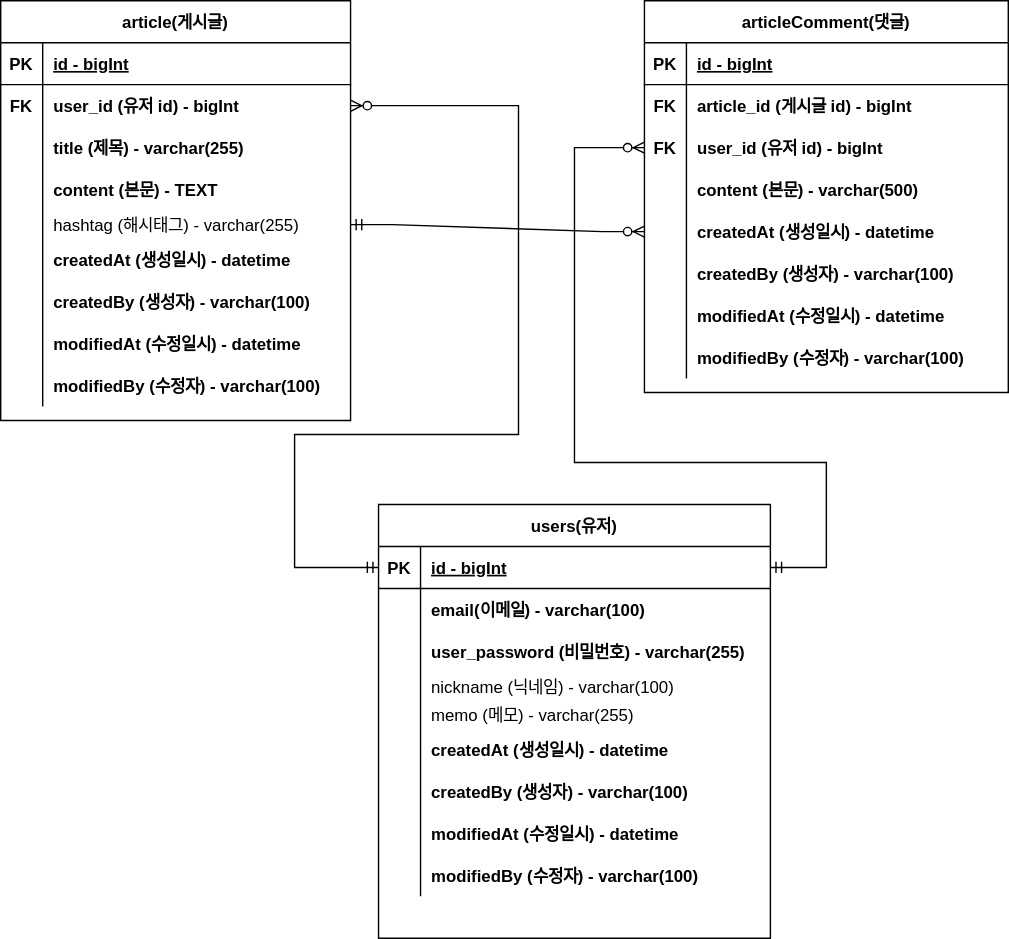
Before: document/project-board-erd.svg, a diagram exported from draw.io (haaeee/board-toy-project). Source tidied: cells renumbered, new cells last; positions are measured from the earlier drawing's top-left corner, leaving out a move shared by most shapes.
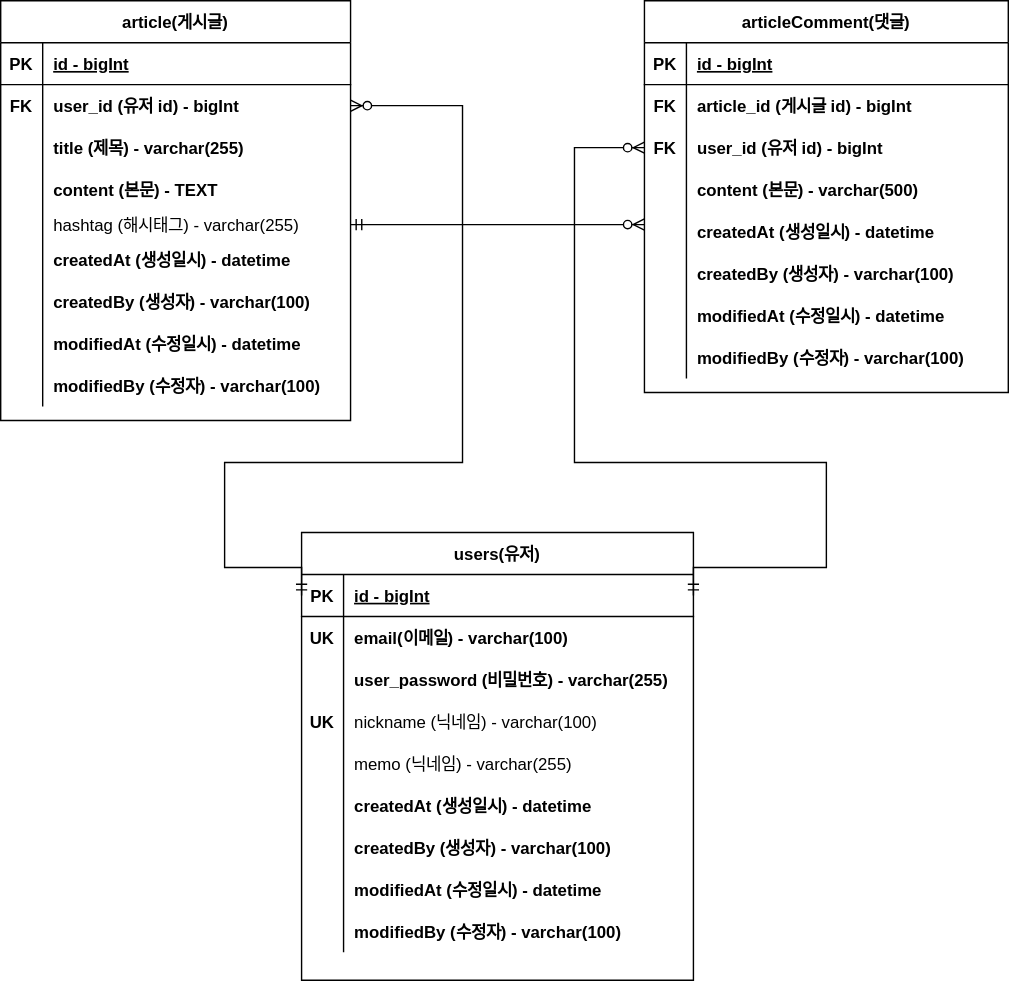
After the commit.

The edit, as a diff of the source:
```diff
@@ -161,11 +161,11 @@
     <mxCell id="54" value="modifiedBy (수정자) - varchar(100)" style="shape=partialRectangle;overflow=hidden;fillColor=none;top=0;left=0;bottom=0;right=0;align=left;spacingLeft=6;fontStyle=1;" parent="52" vertex="1">
       <mxGeometry x="30" width="230" height="30" as="geometry" />
     </mxCell>
-    <mxCell id="55" style="edgeStyle=entityRelationEdgeStyle;fontSize=12;html=1;endArrow=ERzeroToMany;startArrow=ERmandOne;rounded=0;exitX=1;exitY=0.5;exitDx=0;exitDy=0;entryX=0;entryY=0.5;entryDx=0;entryDy=0;" parent="1" edge="1" source="15" target="43">
+    <mxCell id="55" style="edgeStyle=entityRelationEdgeStyle;fontSize=12;html=1;endArrow=ERzeroToMany;startArrow=ERmandOne;rounded=0;exitX=1;exitY=0.5;exitDx=0;exitDy=0;entryX=0;entryY=0.333;entryDx=0;entryDy=0;entryPerimeter=0;" parent="1" edge="1" source="15" target="43">
       <mxGeometry relative="1" as="geometry" />
     </mxCell>
     <mxCell id="56" value="users(유저)" style="shape=table;startSize=30;rowLines=0;fontStyle=1;align=center;" parent="1" vertex="1">
-      <mxGeometry x="270" y="360" width="280" height="310" as="geometry" />
+      <mxGeometry x="215" y="380" width="280" height="320" as="geometry" />
     </mxCell>
     <mxCell id="57" style="shape=partialRectangle;fillColor=none;points=[[0,0.5],[1,0.5]];portConstraint=eastwest;top=0;left=0;right=0;bottom=1;" parent="56" vertex="1">
       <mxGeometry y="30" width="280" height="30" as="geometry" />
@@ -179,7 +179,7 @@
     <mxCell id="60" style="shape=partialRectangle;fillColor=none;top=0;left=0;right=0;bottom=0;" parent="56" vertex="1">
       <mxGeometry y="60" width="280" height="30" as="geometry" />
     </mxCell>
-    <mxCell id="61" style="shape=partialRectangle;overflow=hidden;fillColor=none;top=0;left=0;bottom=0;right=0;" parent="60" vertex="1">
+    <mxCell id="61" value="UK" style="shape=partialRectangle;overflow=hidden;fillColor=none;top=0;left=0;bottom=0;right=0;fontStyle=1;" parent="60" vertex="1">
       <mxGeometry width="30" height="30" as="geometry" />
     </mxCell>
     <mxCell id="62" value="email(이메일) - varchar(100)" style="shape=partialRectangle;overflow=hidden;fillColor=none;top=0;left=0;bottom=0;right=0;align=left;spacingLeft=6;fontStyle=1;" parent="60" vertex="1">
@@ -195,25 +195,25 @@
       <mxGeometry x="30" width="250" height="30" as="geometry" />
     </mxCell>
     <mxCell id="66" style="shape=partialRectangle;fillColor=none;top=0;left=0;right=0;bottom=0;" parent="56" vertex="1">
-      <mxGeometry y="120" width="280" height="20" as="geometry" />
+      <mxGeometry y="120" width="280" height="30" as="geometry" />
     </mxCell>
-    <mxCell id="67" style="shape=partialRectangle;overflow=hidden;fillColor=none;top=0;left=0;bottom=0;right=0;" parent="66" vertex="1">
-      <mxGeometry width="30" height="20" as="geometry" />
+    <mxCell id="67" value="UK" style="shape=partialRectangle;overflow=hidden;fillColor=none;top=0;left=0;bottom=0;right=0;fontStyle=1;" parent="66" vertex="1">
+      <mxGeometry width="30" height="30" as="geometry" />
     </mxCell>
     <mxCell id="68" value="nickname (닉네임) - varchar(100)" style="shape=partialRectangle;overflow=hidden;fillColor=none;top=0;left=0;bottom=0;right=0;align=left;spacingLeft=6;" parent="66" vertex="1">
-      <mxGeometry x="30" width="250" height="20" as="geometry" />
+      <mxGeometry x="30" width="250" height="30" as="geometry" />
     </mxCell>
-    <mxCell id="69" style="shape=partialRectangle;fillColor=none;top=0;left=0;right=0;bottom=0;" parent="56" vertex="1">
-      <mxGeometry y="140" width="280" height="20" as="geometry" />
-    </mxCell>
-    <mxCell id="70" style="shape=partialRectangle;overflow=hidden;fillColor=none;top=0;left=0;bottom=0;right=0;" parent="69" vertex="1">
-      <mxGeometry width="30" height="20" as="geometry" />
-    </mxCell>
-    <mxCell id="71" value="memo (메모) - varchar(255)" style="shape=partialRectangle;overflow=hidden;fillColor=none;top=0;left=0;bottom=0;right=0;align=left;spacingLeft=6;" parent="69" vertex="1">
-      <mxGeometry x="30" width="250" height="20" as="geometry" />
-    </mxCell>
+    <mxCell id="87" style="shape=partialRectangle;fillColor=none;top=0;left=0;right=0;bottom=0;" parent="56" vertex="1">
+      <mxGeometry y="150" width="280" height="30" as="geometry" />
+    </mxCell>
+    <mxCell id="88" style="shape=partialRectangle;overflow=hidden;fillColor=none;top=0;left=0;bottom=0;right=0;" parent="87" vertex="1">
+      <mxGeometry width="30" height="30" as="geometry" />
+    </mxCell>
+    <mxCell id="89" value="memo (닉네임) - varchar(255)" style="shape=partialRectangle;overflow=hidden;fillColor=none;top=0;left=0;bottom=0;right=0;align=left;spacingLeft=6;" parent="87" vertex="1">
+      <mxGeometry x="30" width="250" height="30" as="geometry" />
+    </mxCell>
     <mxCell id="72" style="shape=partialRectangle;fillColor=none;top=0;left=0;right=0;bottom=0;" parent="56" vertex="1">
-      <mxGeometry y="160" width="280" height="30" as="geometry" />
+      <mxGeometry y="180" width="280" height="30" as="geometry" />
     </mxCell>
     <mxCell id="73" style="shape=partialRectangle;overflow=hidden;fillColor=none;top=0;left=0;bottom=0;right=0;" parent="72" vertex="1">
       <mxGeometry width="30" height="30" as="geometry" />
@@ -222,7 +222,7 @@
       <mxGeometry x="30" width="250" height="30" as="geometry" />
     </mxCell>
     <mxCell id="75" style="shape=partialRectangle;fillColor=none;top=0;left=0;right=0;bottom=0;" parent="56" vertex="1">
-      <mxGeometry y="190" width="280" height="30" as="geometry" />
+      <mxGeometry y="210" width="280" height="30" as="geometry" />
     </mxCell>
     <mxCell id="76" style="shape=partialRectangle;overflow=hidden;fillColor=none;top=0;left=0;bottom=0;right=0;" parent="75" vertex="1">
       <mxGeometry width="30" height="30" as="geometry" />
@@ -231,7 +231,7 @@
       <mxGeometry x="30" width="250" height="30" as="geometry" />
     </mxCell>
     <mxCell id="78" style="shape=partialRectangle;fillColor=none;top=0;left=0;right=0;bottom=0;" parent="56" vertex="1">
-      <mxGeometry y="220" width="280" height="30" as="geometry" />
+      <mxGeometry y="240" width="280" height="30" as="geometry" />
     </mxCell>
     <mxCell id="79" style="shape=partialRectangle;overflow=hidden;fillColor=none;top=0;left=0;bottom=0;right=0;" parent="78" vertex="1">
       <mxGeometry width="30" height="30" as="geometry" />
@@ -240,7 +240,7 @@
       <mxGeometry x="30" width="250" height="30" as="geometry" />
     </mxCell>
     <mxCell id="81" style="shape=partialRectangle;fillColor=none;top=0;left=0;right=0;bottom=0;" parent="56" vertex="1">
-      <mxGeometry y="250" width="280" height="30" as="geometry" />
+      <mxGeometry y="270" width="280" height="30" as="geometry" />
     </mxCell>
     <mxCell id="82" style="shape=partialRectangle;overflow=hidden;fillColor=none;top=0;left=0;bottom=0;right=0;" parent="81" vertex="1">
       <mxGeometry width="30" height="30" as="geometry" />
@@ -251,9 +251,10 @@
     <mxCell id="84" style="edgeStyle=orthogonalEdgeStyle;fontSize=12;html=1;endArrow=ERzeroToMany;startArrow=ERmandOne;exitX=0;exitY=0.5;exitDx=0;exitDy=0;strokeColor=none;rounded=0;" parent="1" edge="1" source="57" target="3">
       <mxGeometry relative="1" as="geometry">
         <Array as="points">
-          <mxPoint x="230" y="405" />
-          <mxPoint x="230" y="300" />
-          <mxPoint x="320" y="300" />
+          <mxPoint x="215" y="405" />
+          <mxPoint x="170" y="405" />
+          <mxPoint x="170" y="330" />
+          <mxPoint x="320" y="330" />
           <mxPoint x="320" y="45" />
         </Array>
       </mxGeometry>
@@ -261,10 +262,11 @@
     <mxCell id="85" style="edgeStyle=orthogonalEdgeStyle;fontSize=12;html=1;endArrow=ERzeroToMany;startArrow=ERmandOne;rounded=0;exitX=0;exitY=0.5;exitDx=0;exitDy=0;entryX=1;entryY=0.5;entryDx=0;entryDy=0;" parent="1" edge="1" source="57" target="6">
       <mxGeometry relative="1" as="geometry">
         <Array as="points">
-          <mxPoint x="210" y="405" />
-          <mxPoint x="210" y="310" />
-          <mxPoint x="370" y="310" />
-          <mxPoint x="370" y="75" />
+          <mxPoint x="215" y="405" />
+          <mxPoint x="160" y="405" />
+          <mxPoint x="160" y="330" />
+          <mxPoint x="330" y="330" />
+          <mxPoint x="330" y="75" />
         </Array>
       </mxGeometry>
     </mxCell>
```
